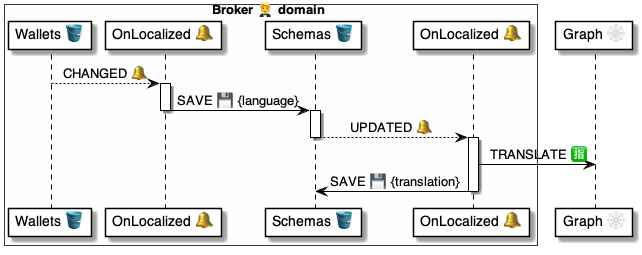
Above: 4 ⚙️ Solution/20 🧑‍🦰 UI/Brokers 🤵/🤵🪣 Broker tables/Schemas 🧩 table/🪣🧱 Localized 🔔 event/🤵 OnSchemaLocalized ⚙️ uml.png in pollyweb-org/pollyweb-docs (PlantUML), before the change. Its source is kept beside it as 4 ⚙️ Solution/20 🧑‍🦰 UI/Brokers 🤵/🤵🪣 Broker tables/Schemas 🧩 table/🪣🧱 Localized 🔔 event/🤵 OnSchemaLocalized ⚙️ uml.puml.
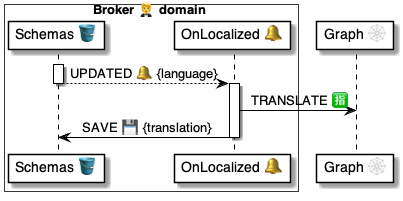
The same diagram one commit later.

Change to the diagram source:
```diff
@@ -2,21 +2,14 @@
 
 
 box Broker 🤵 domain #FFFFFA
-    participant "Wallets 🪣" as wallets
-    participant "OnLocalized 🔔" as script
     participant "Schemas 🪣" as schemas
     participant "OnLocalized 🔔" as handler
 end box
 participant "Graph 🕸" as graph
 
 
-wallets --> script: CHANGED 🔔
-activate script
-    script -> schemas: SAVE 💾 {language}
-deactivate script
-
 activate schemas
-    schemas --> handler: UPDATED 🔔
+    schemas --> handler: UPDATED 🔔 {language}
 deactivate schemas
 
 activate handler
```
